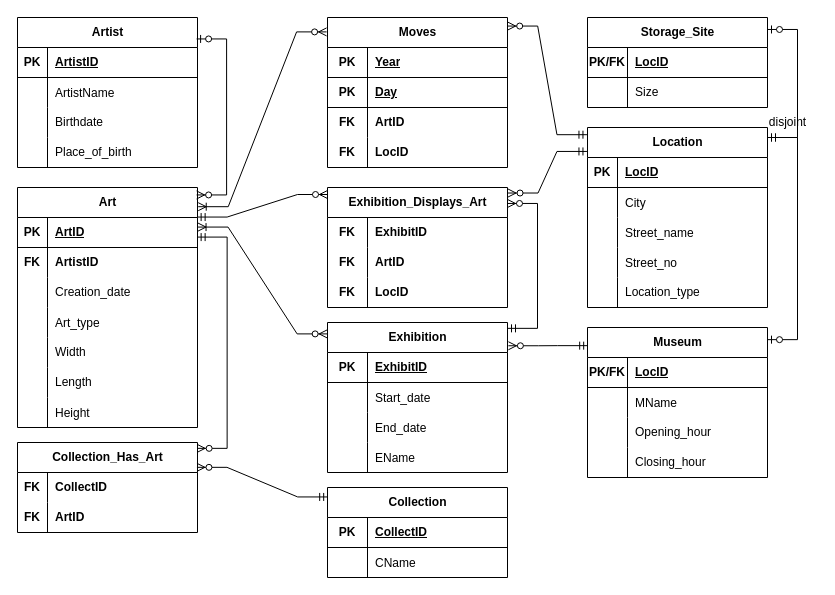
This is Untitled Diagram.drawio from armeirlaen/LEPl1506, a draw.io file, before an edit. Source tidied: cells renumbered, new cells numbered last; positions are measured from the earlier drawing's top-left corner, leaving out a move shared by most shapes. Both pictures are drawn from the tidied source at 100%, with x=0, y=0 at pixel (17, 17).
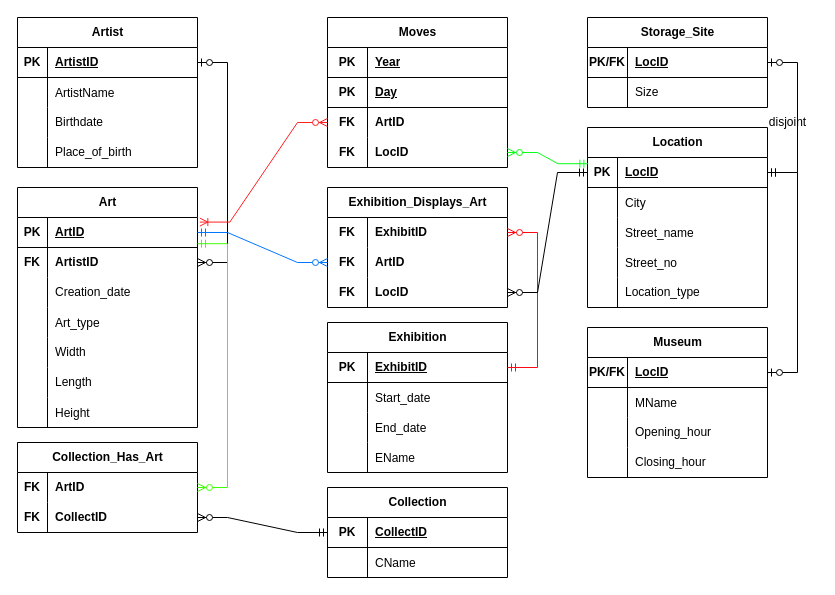
After the change.

The change refers to these unchanged cells:
```xml
<mxCell id="2" value="Art" style="shape=table;startSize=30;childLayout=tableLayout;rowLines=0;fontStyle=1;align=center;html=1;" parent="1" vertex="1">
  <mxGeometry y="170" width="180" height="240" as="geometry" />
</mxCell>
<mxCell id="3" style="shape=tableRow;horizontal=0;startSize=0;swimlaneHead=0;swimlaneBody=0;fillColor=none;points=[[0,0.5],[1,0.5]];portConstraint=eastwest;top=0;left=0;right=0;bottom=1;" parent="2" vertex="1">
  <mxGeometry y="30" width="180" height="30" as="geometry" />
</mxCell>
<mxCell id="6" style="shape=tableRow;horizontal=0;startSize=0;swimlaneHead=0;swimlaneBody=0;fillColor=none;points=[[0,0.5],[1,0.5]];portConstraint=eastwest;top=0;left=0;right=0;bottom=0;" parent="2" vertex="1">
  <mxGeometry y="60" width="180" height="30" as="geometry" />
</mxCell>
<mxCell id="24" value="Artist" style="shape=table;startSize=30;childLayout=tableLayout;rowLines=0;fontStyle=1;align=center;html=1;" parent="1" vertex="1">
  <mxGeometry width="180" height="150" as="geometry" />
</mxCell>
<mxCell id="25" style="shape=tableRow;horizontal=0;startSize=0;swimlaneHead=0;swimlaneBody=0;fillColor=none;points=[[0,0.5],[1,0.5]];portConstraint=eastwest;top=0;left=0;right=0;bottom=1;" parent="24" vertex="1">
  <mxGeometry y="30" width="180" height="30" as="geometry" />
</mxCell>
<mxCell id="37" value="Collection" style="shape=table;startSize=30;childLayout=tableLayout;rowLines=0;fontStyle=1;align=center;html=1;" parent="1" vertex="1">
  <mxGeometry x="310" y="470" width="180" height="90" as="geometry" />
</mxCell>
<mxCell id="38" style="shape=tableRow;horizontal=0;startSize=0;swimlaneHead=0;swimlaneBody=0;fillColor=none;points=[[0,0.5],[1,0.5]];portConstraint=eastwest;top=0;left=0;right=0;bottom=1;" parent="37" vertex="1">
  <mxGeometry y="30" width="180" height="30" as="geometry" />
</mxCell>
<mxCell id="44" value="Museum" style="shape=table;startSize=30;childLayout=tableLayout;rowLines=0;fontStyle=1;align=center;html=1;" parent="1" vertex="1">
  <mxGeometry x="570" y="310" width="180" height="150" as="geometry" />
</mxCell>
<mxCell id="45" style="shape=tableRow;horizontal=0;startSize=0;swimlaneHead=0;swimlaneBody=0;fillColor=none;points=[[0,0.5],[1,0.5]];portConstraint=eastwest;top=0;left=0;right=0;bottom=1;" parent="44" vertex="1">
  <mxGeometry y="30" width="180" height="30" as="geometry" />
</mxCell>
<mxCell id="57" value="Exhibition" style="shape=table;startSize=30;childLayout=tableLayout;rowLines=0;fontStyle=1;align=center;html=1;" parent="1" vertex="1">
  <mxGeometry x="310" y="305" width="180" height="150" as="geometry" />
</mxCell>
<mxCell id="58" style="shape=tableRow;horizontal=0;startSize=0;swimlaneHead=0;swimlaneBody=0;fillColor=none;points=[[0,0.5],[1,0.5]];portConstraint=eastwest;top=0;left=0;right=0;bottom=1;" parent="57" vertex="1">
  <mxGeometry y="30" width="180" height="30" as="geometry" />
</mxCell>
<mxCell id="70" value="Storage_Site" style="shape=table;startSize=30;childLayout=tableLayout;rowLines=0;fontStyle=1;align=center;html=1;" parent="1" vertex="1">
  <mxGeometry x="570" width="180" height="90" as="geometry" />
</mxCell>
<mxCell id="71" style="shape=tableRow;horizontal=0;startSize=0;swimlaneHead=0;swimlaneBody=0;fillColor=none;points=[[0,0.5],[1,0.5]];portConstraint=eastwest;top=0;left=0;right=0;bottom=1;" parent="70" vertex="1">
  <mxGeometry y="30" width="180" height="30" as="geometry" />
</mxCell>
<mxCell id="77" value="Moves" style="shape=table;startSize=30;childLayout=tableLayout;rowLines=0;fontStyle=1;align=center;html=1;" parent="1" vertex="1">
  <mxGeometry x="310" width="180" height="150" as="geometry" />
</mxCell>
<mxCell id="84" style="shape=tableRow;horizontal=0;startSize=0;swimlaneHead=0;swimlaneBody=0;fillColor=none;points=[[0,0.5],[1,0.5]];portConstraint=eastwest;top=0;left=0;right=0;bottom=0;" parent="77" vertex="1">
  <mxGeometry y="90" width="180" height="30" as="geometry" />
</mxCell>
<mxCell id="87" style="shape=tableRow;horizontal=0;startSize=0;swimlaneHead=0;swimlaneBody=0;fillColor=none;points=[[0,0.5],[1,0.5]];portConstraint=eastwest;top=0;left=0;right=0;bottom=0;" parent="77" vertex="1">
  <mxGeometry y="120" width="180" height="30" as="geometry" />
</mxCell>
<mxCell id="91" value="Location" style="shape=table;startSize=30;childLayout=tableLayout;rowLines=0;fontStyle=1;align=center;html=1;" parent="1" vertex="1">
  <mxGeometry x="570" y="110" width="180" height="180" as="geometry" />
</mxCell>
<mxCell id="92" style="shape=tableRow;horizontal=0;startSize=0;swimlaneHead=0;swimlaneBody=0;fillColor=none;points=[[0,0.5],[1,0.5]];portConstraint=eastwest;top=0;left=0;right=0;bottom=1;" parent="91" vertex="1">
  <mxGeometry y="30" width="180" height="30" as="geometry" />
</mxCell>
<mxCell id="110" value="Collection_Has_Art" style="shape=table;startSize=30;childLayout=tableLayout;rowLines=0;fontStyle=1;align=center;html=1;" parent="1" vertex="1">
  <mxGeometry y="425" width="180" height="90" as="geometry" />
</mxCell>
<mxCell id="111" style="shape=tableRow;horizontal=0;startSize=0;swimlaneHead=0;swimlaneBody=0;fillColor=none;points=[[0,0.5],[1,0.5]];portConstraint=eastwest;top=0;left=0;right=0;bottom=0;" parent="110" vertex="1">
  <mxGeometry y="30" width="180" height="30" as="geometry" />
</mxCell>
<mxCell id="114" style="shape=tableRow;horizontal=0;startSize=0;swimlaneHead=0;swimlaneBody=0;fillColor=none;points=[[0,0.5],[1,0.5]];portConstraint=eastwest;top=0;left=0;right=0;bottom=0;" parent="110" vertex="1">
  <mxGeometry y="60" width="180" height="30" as="geometry" />
</mxCell>
<mxCell id="118" value="Exhibition_Displays_Art" style="shape=table;startSize=30;childLayout=tableLayout;rowLines=0;fontStyle=1;align=center;html=1;" parent="1" vertex="1">
  <mxGeometry x="310" y="170" width="180" height="120" as="geometry" />
</mxCell>
<mxCell id="119" style="shape=tableRow;horizontal=0;startSize=0;swimlaneHead=0;swimlaneBody=0;fillColor=none;points=[[0,0.5],[1,0.5]];portConstraint=eastwest;top=0;left=0;right=0;bottom=0;" parent="118" vertex="1">
  <mxGeometry y="30" width="180" height="30" as="geometry" />
</mxCell>
<mxCell id="122" style="shape=tableRow;horizontal=0;startSize=0;swimlaneHead=0;swimlaneBody=0;fillColor=none;points=[[0,0.5],[1,0.5]];portConstraint=eastwest;top=0;left=0;right=0;bottom=0;" parent="118" vertex="1">
  <mxGeometry y="60" width="180" height="30" as="geometry" />
</mxCell>
<mxCell id="125" style="shape=tableRow;horizontal=0;startSize=0;swimlaneHead=0;swimlaneBody=0;fillColor=none;points=[[0,0.5],[1,0.5]];portConstraint=eastwest;top=0;left=0;right=0;bottom=0;" parent="118" vertex="1">
  <mxGeometry y="90" width="180" height="30" as="geometry" />
</mxCell>
```

Diff of the diagram source:
```diff
@@
-    <mxCell id="90" style="edgeStyle=entityRelationEdgeStyle;fontSize=12;html=1;endArrow=ERoneToMany;startArrow=ERzeroToMany;rounded=0;entryX=1.003;entryY=0.319;entryDx=0;entryDy=0;entryPerimeter=0;exitX=-0.002;exitY=0.076;exitDx=0;exitDy=0;exitPerimeter=0;" parent="1" edge="1" source="57" target="3">
-      <mxGeometry relative="1" as="geometry" />
-    </mxCell>
@@
-    <mxCell id="107" style="edgeStyle=entityRelationEdgeStyle;fontSize=12;html=1;endArrow=ERzeroToOne;startArrow=ERmandOne;rounded=0;entryX=1;entryY=0.081;entryDx=0;entryDy=0;entryPerimeter=0;" parent="1" edge="1" target="44">
-      <mxGeometry relative="1" as="geometry">
-        <mxPoint x="750" y="120" as="sourcePoint" />
-      </mxGeometry>
+    <mxCell id="107" style="edgeStyle=entityRelationEdgeStyle;fontSize=12;html=1;endArrow=ERzeroToOne;startArrow=ERmandOne;rounded=0;" parent="1" edge="1" source="92" target="45">
+      <mxGeometry relative="1" as="geometry" />
     </mxCell>
-    <mxCell id="108" style="edgeStyle=entityRelationEdgeStyle;fontSize=12;html=1;endArrow=ERzeroToOne;startArrow=ERmandOne;rounded=0;entryX=1;entryY=0.133;entryDx=0;entryDy=0;entryPerimeter=0;" parent="1" edge="1" target="70">
-      <mxGeometry relative="1" as="geometry">
-        <mxPoint x="750" y="120" as="sourcePoint" />
-      </mxGeometry>
+    <mxCell id="108" style="edgeStyle=entityRelationEdgeStyle;fontSize=12;html=1;endArrow=ERzeroToOne;startArrow=ERmandOne;rounded=0;" parent="1" edge="1" source="92" target="71">
+      <mxGeometry relative="1" as="geometry" />
     </mxCell>
-    <mxCell id="109" style="edgeStyle=entityRelationEdgeStyle;fontSize=12;html=1;endArrow=ERzeroToMany;startArrow=ERmandOne;rounded=0;exitX=0.001;exitY=0.121;exitDx=0;exitDy=0;exitPerimeter=0;entryX=1.005;entryY=0.155;entryDx=0;entryDy=0;entryPerimeter=0;" parent="1" edge="1" source="44" target="57">
-      <mxGeometry relative="1" as="geometry" />
-    </mxCell>
@@
-    <mxCell id="113" value="&lt;b&gt;CollectID&lt;/b&gt;" style="shape=partialRectangle;fillColor=none;top=0;left=0;bottom=0;right=0;align=left;spacingLeft=6;overflow=hidden;whiteSpace=wrap;html=1;" parent="111" vertex="1">
+    <mxCell id="113" value="&lt;b style=&quot;border-color: var(--border-color);&quot;&gt;ArtID&amp;nbsp;&lt;/b&gt;" style="shape=partialRectangle;fillColor=none;top=0;left=0;bottom=0;right=0;align=left;spacingLeft=6;overflow=hidden;whiteSpace=wrap;html=1;" parent="111" vertex="1">
       <mxGeometry x="30" width="150" height="30" as="geometry" />
     </mxCell>
@@
-    <mxCell id="116" value="&lt;b&gt;ArtID&lt;/b&gt;" style="shape=partialRectangle;fillColor=none;top=0;left=0;bottom=0;right=0;align=left;spacingLeft=6;overflow=hidden;whiteSpace=wrap;html=1;" parent="114" vertex="1">
+    <mxCell id="116" value="&lt;b style=&quot;border-color: var(--border-color);&quot;&gt;CollectID&lt;/b&gt;" style="shape=partialRectangle;fillColor=none;top=0;left=0;bottom=0;right=0;align=left;spacingLeft=6;overflow=hidden;whiteSpace=wrap;html=1;" parent="114" vertex="1">
       <mxGeometry x="30" width="150" height="30" as="geometry" />
     </mxCell>
-    <mxCell id="117" style="edgeStyle=entityRelationEdgeStyle;fontSize=12;html=1;endArrow=ERzeroToMany;startArrow=ERzeroToOne;rounded=0;exitX=0.995;exitY=0.143;exitDx=0;exitDy=0;exitPerimeter=0;entryX=0.995;entryY=0.031;entryDx=0;entryDy=0;entryPerimeter=0;" parent="1" edge="1" source="24" target="2">
+    <mxCell id="117" style="edgeStyle=entityRelationEdgeStyle;fontSize=12;html=1;endArrow=ERzeroToMany;startArrow=ERzeroToOne;rounded=0;" parent="1" edge="1" source="25" target="6">
       <mxGeometry relative="1" as="geometry" />
     </mxCell>
@@
-    <mxCell id="128" style="edgeStyle=entityRelationEdgeStyle;fontSize=12;html=1;endArrow=ERoneToMany;startArrow=ERzeroToMany;rounded=0;entryX=1.004;entryY=0.08;entryDx=0;entryDy=0;entryPerimeter=0;exitX=-0.005;exitY=0.096;exitDx=0;exitDy=0;exitPerimeter=0;" parent="1" edge="1" source="77" target="2">
+    <mxCell id="128" style="edgeStyle=entityRelationEdgeStyle;fontSize=12;html=1;endArrow=ERoneToMany;startArrow=ERzeroToMany;rounded=0;entryX=1.013;entryY=0.153;entryDx=0;entryDy=0;entryPerimeter=0;strokeColor=#FF1F1F;" parent="1" edge="1" source="84" target="3">
       <mxGeometry relative="1" as="geometry" />
     </mxCell>
-    <mxCell id="129" style="edgeStyle=entityRelationEdgeStyle;fontSize=12;html=1;endArrow=ERzeroToMany;startArrow=ERmandOne;rounded=0;entryX=0.998;entryY=0.065;entryDx=0;entryDy=0;entryPerimeter=0;exitX=0.998;exitY=0.653;exitDx=0;exitDy=0;exitPerimeter=0;" parent="1" edge="1" source="3" target="110">
+    <mxCell id="129" style="edgeStyle=entityRelationEdgeStyle;fontSize=12;html=1;endArrow=ERzeroToMany;startArrow=ERmandOne;rounded=0;exitX=1;exitY=-0.127;exitDx=0;exitDy=0;exitPerimeter=0;strokeColor=#3FFF05;" parent="1" edge="1" source="6" target="111">
       <mxGeometry relative="1" as="geometry" />
     </mxCell>
-    <mxCell id="130" style="edgeStyle=entityRelationEdgeStyle;fontSize=12;html=1;endArrow=ERzeroToMany;startArrow=ERmandOne;rounded=0;exitX=0.998;exitY=-0.015;exitDx=0;exitDy=0;exitPerimeter=0;" parent="1" edge="1" source="3">
-      <mxGeometry relative="1" as="geometry">
-        <mxPoint x="310" y="177" as="targetPoint" />
-      </mxGeometry>
+    <mxCell id="130" style="edgeStyle=entityRelationEdgeStyle;fontSize=12;html=1;endArrow=ERzeroToMany;startArrow=ERmandOne;rounded=0;exitX=1;exitY=0.5;exitDx=0;exitDy=0;strokeColor=#0077FF;" parent="1" edge="1" source="3" target="122">
+      <mxGeometry relative="1" as="geometry" />
     </mxCell>
-    <mxCell id="131" style="edgeStyle=entityRelationEdgeStyle;fontSize=12;html=1;endArrow=ERzeroToMany;startArrow=ERmandOne;rounded=0;exitX=0.001;exitY=0.105;exitDx=0;exitDy=0;exitPerimeter=0;entryX=0.997;entryY=0.276;entryDx=0;entryDy=0;entryPerimeter=0;" parent="1" edge="1" source="37" target="110">
+    <mxCell id="131" style="edgeStyle=entityRelationEdgeStyle;fontSize=12;html=1;endArrow=ERzeroToMany;startArrow=ERmandOne;rounded=0;" parent="1" edge="1" source="38" target="114">
       <mxGeometry relative="1" as="geometry" />
     </mxCell>
@@
-    <mxCell id="133" style="edgeStyle=entityRelationEdgeStyle;fontSize=12;html=1;endArrow=ERzeroToMany;startArrow=ERmandOne;rounded=0;entryX=1;entryY=0.133;entryDx=0;entryDy=0;entryPerimeter=0;exitX=1;exitY=0.039;exitDx=0;exitDy=0;exitPerimeter=0;" parent="1" edge="1" source="57" target="118">
+    <mxCell id="133" style="edgeStyle=entityRelationEdgeStyle;fontSize=12;html=1;endArrow=ERzeroToMany;startArrow=ERmandOne;rounded=0;strokeColor=#FF0A12;" parent="1" edge="1" source="58" target="119">
       <mxGeometry relative="1" as="geometry" />
     </mxCell>
-    <mxCell id="134" style="edgeStyle=entityRelationEdgeStyle;fontSize=12;html=1;endArrow=ERzeroToMany;startArrow=ERmandOne;rounded=0;exitX=-0.003;exitY=0.133;exitDx=0;exitDy=0;exitPerimeter=0;entryX=1.003;entryY=0.046;entryDx=0;entryDy=0;entryPerimeter=0;" parent="1" edge="1" source="91" target="118">
+    <mxCell id="134" style="edgeStyle=entityRelationEdgeStyle;fontSize=12;html=1;endArrow=ERzeroToMany;startArrow=ERmandOne;rounded=0;" parent="1" edge="1" source="92" target="125">
       <mxGeometry relative="1" as="geometry" />
     </mxCell>
-    <mxCell id="135" style="edgeStyle=entityRelationEdgeStyle;fontSize=12;html=1;endArrow=ERzeroToMany;startArrow=ERmandOne;rounded=0;exitX=-0.003;exitY=0.04;exitDx=0;exitDy=0;exitPerimeter=0;entryX=1.001;entryY=0.057;entryDx=0;entryDy=0;entryPerimeter=0;" parent="1" edge="1" source="91" target="77">
+    <mxCell id="135" style="edgeStyle=entityRelationEdgeStyle;fontSize=12;html=1;endArrow=ERzeroToMany;startArrow=ERmandOne;rounded=0;strokeColor=#08FF18;exitX=0.002;exitY=0.207;exitDx=0;exitDy=0;exitPerimeter=0;" parent="1" edge="1" source="92" target="87">
       <mxGeometry relative="1" as="geometry" />
     </mxCell>
```
